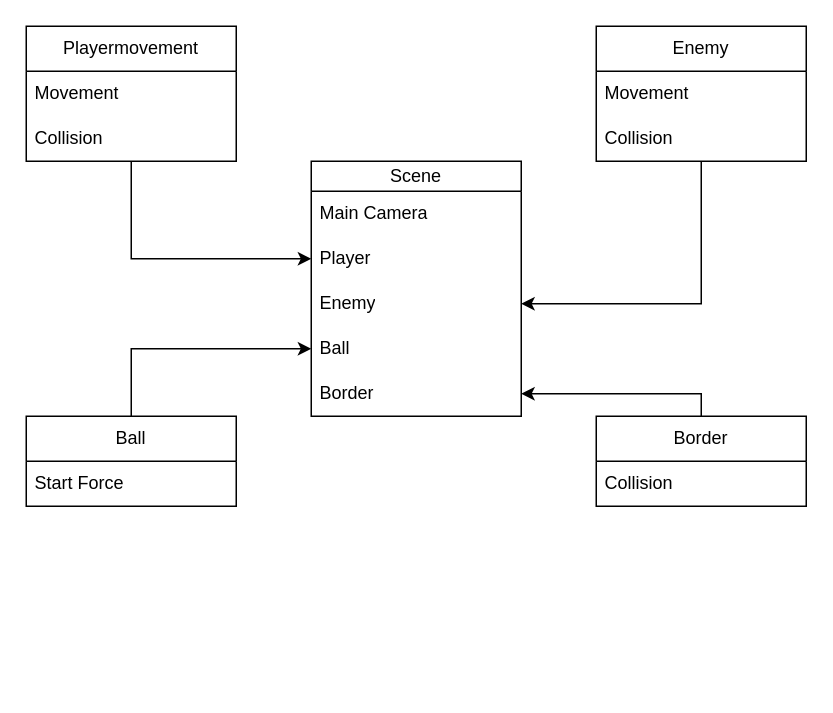
eliasrk/Project-335 keeps this draw.io diagram as Unity UML.drawio. Above is the earlier version. Source tidied: cells renumbered, new cells numbered last; positions are measured from the earlier drawing's top-left corner, leaving out a move shared by most shapes. Both pictures are drawn from the tidied source at 150%, with x=0, y=0 at pixel (26, 26).
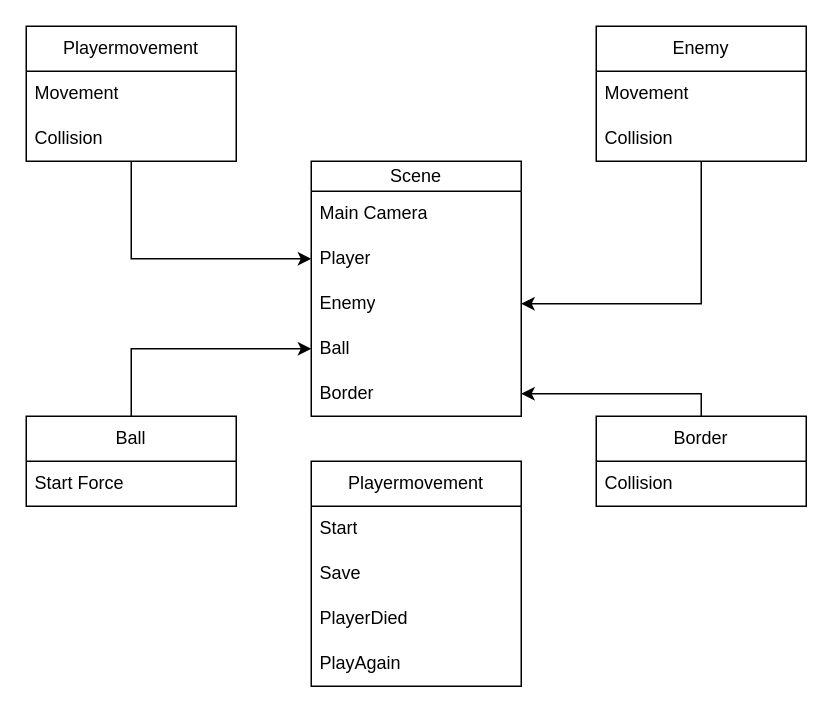
The same page after the edit.

Diff of the diagram source:
```diff
@@
+    <mxCell id="22" value="Playermovement" style="swimlane;fontStyle=0;horizontal=1;startSize=30;whiteSpace=wrap;html=1;" parent="1" vertex="1">
+      <mxGeometry x="190" y="290" width="140" height="150" as="geometry" />
+    </mxCell>
+    <mxCell id="23" value="Start" style="text;strokeColor=none;fillColor=none;align=left;verticalAlign=middle;spacingLeft=4;spacingRight=4;overflow=hidden;whiteSpace=wrap;html=1;" parent="22" vertex="1">
+      <mxGeometry y="30" width="140" height="30" as="geometry" />
+    </mxCell>
+    <mxCell id="24" value="&lt;div&gt;Save&lt;span style=&quot;white-space: pre;&quot;&gt;&#9;&lt;/span&gt;&lt;span style=&quot;white-space: pre;&quot;&gt;&#9;&lt;/span&gt;&lt;span style=&quot;white-space: pre;&quot;&gt;&#9;&lt;/span&gt;&lt;/div&gt;" style="text;strokeColor=none;fillColor=none;align=left;verticalAlign=middle;spacingLeft=4;spacingRight=4;overflow=hidden;whiteSpace=wrap;html=1;" parent="22" vertex="1">
+      <mxGeometry y="60" width="140" height="30" as="geometry" />
+    </mxCell>
+    <mxCell id="25" value="PlayerDied" style="text;strokeColor=none;fillColor=none;align=left;verticalAlign=middle;spacingLeft=4;spacingRight=4;overflow=hidden;whiteSpace=wrap;html=1;" parent="22" vertex="1">
+      <mxGeometry y="90" width="140" height="30" as="geometry" />
+    </mxCell>
+    <mxCell id="26" value="PlayAgain" style="text;strokeColor=none;fillColor=none;align=left;verticalAlign=middle;spacingLeft=4;spacingRight=4;overflow=hidden;whiteSpace=wrap;html=1;" parent="22" vertex="1">
+      <mxGeometry y="120" width="140" height="30" as="geometry" />
+    </mxCell>
```
